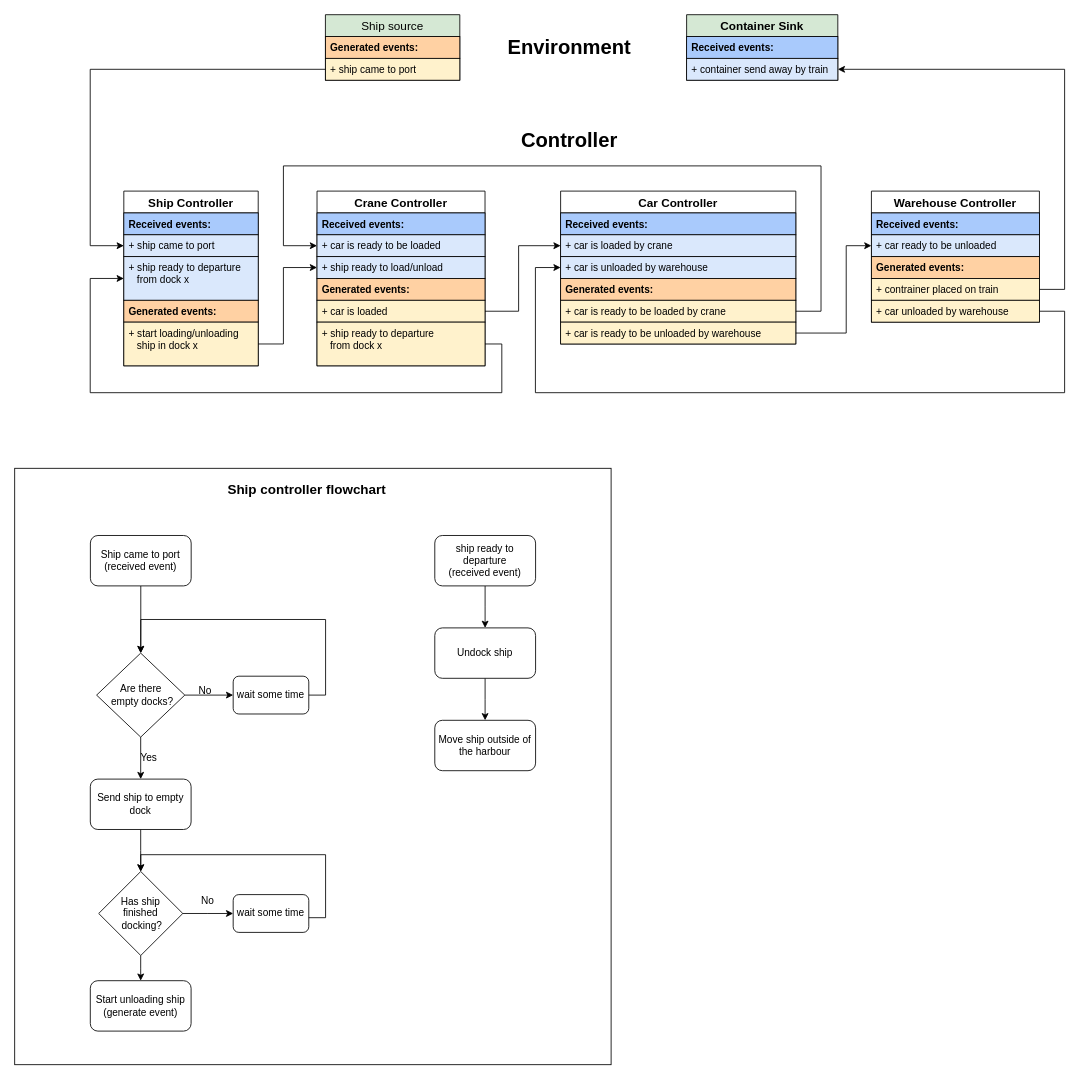
This is page "Event signals" (1 of 3) of Flowcharts and signals.drawio from Ravenofshadow999/ACOPORT, a draw.io file, before an edit. Source tidied: cells renumbered, new cells numbered last; positions are measured from the earlier drawing's top-left corner, leaving out a move shared by most shapes. Both pictures are drawn from the tidied source at 84%, with x=0, y=0 at pixel (14, 14).
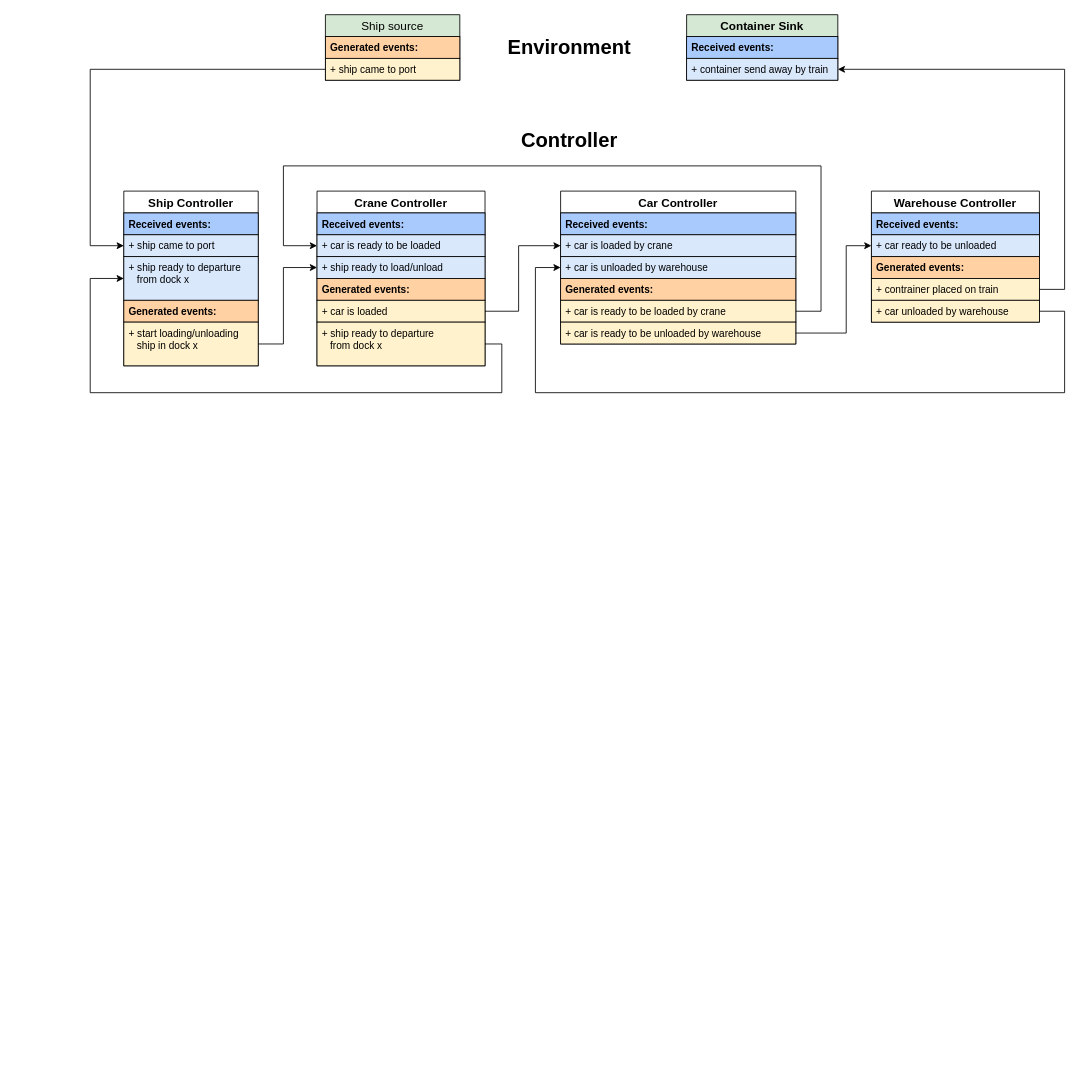
The same diagram, later.

Commit message (it also covers changes not shown here):
Ship controller flowchart moved to separate file

Change to the diagram source:
```diff
@@
-    <mxCell id="44" style="edgeStyle=orthogonalEdgeStyle;rounded=0;jettySize=auto;html=1;" parent="1" edge="1" source="45">
-      <mxGeometry relative="1" as="geometry">
-        <mxPoint x="150.1" y="760" as="targetPoint" />
-      </mxGeometry>
-    </mxCell>
-    <mxCell id="45" value="Ship came to port&lt;br&gt;(received event)" style="rounded=1;whiteSpace=wrap;html=1;" parent="1" vertex="1">
-      <mxGeometry x="90.1" y="620" width="120" height="60" as="geometry" />
-    </mxCell>
-    <mxCell id="46" style="edgeStyle=elbowEdgeStyle;rounded=0;jettySize=auto;html=1;" parent="1" edge="1" source="47" target="53">
-      <mxGeometry relative="1" as="geometry" />
-    </mxCell>
-    <mxCell id="47" value="Are there&lt;br&gt;&amp;nbsp;empty docks?" style="rhombus;whiteSpace=wrap;html=1;" parent="1" vertex="1">
-      <mxGeometry x="97.5" y="760" width="105" height="100" as="geometry" />
-    </mxCell>
-    <mxCell id="48" style="endArrow=classic;html=1;rounded=0;exitX=1;exitY=0.5;exitDx=0;exitDy=0;entryX=0;entryY=0.5;entryDx=0;entryDy=0;" parent="1" edge="1" source="47" target="50">
-      <mxGeometry relative="1" as="geometry" />
-    </mxCell>
-    <mxCell id="49" value="No" style="text;html=1;strokeColor=none;fillColor=none;align=center;verticalAlign=middle;whiteSpace=wrap;rounded=0;" parent="1" vertex="1">
-      <mxGeometry x="217.1" y="790" width="20" height="30" as="geometry" />
-    </mxCell>
-    <mxCell id="50" value="wait some time" style="rounded=1;whiteSpace=wrap;html=1;" parent="1" vertex="1">
-      <mxGeometry x="260.1" y="787.5" width="90" height="45" as="geometry" />
-    </mxCell>
-    <mxCell id="51" style="endArrow=classic;html=1;rounded=0;exitX=1;exitY=0.5;exitDx=0;exitDy=0;entryX=0.5;entryY=0;entryDx=0;entryDy=0;" parent="1" edge="1" source="50" target="47">
-      <mxGeometry relative="1" as="geometry">
-        <Array as="points">
-          <mxPoint x="370.1" y="810" />
-          <mxPoint x="370.1" y="720" />
-          <mxPoint x="150.1" y="720" />
-        </Array>
-      </mxGeometry>
-    </mxCell>
-    <mxCell id="52" style="edgeStyle=elbowEdgeStyle;rounded=0;jettySize=auto;html=1;" parent="1" edge="1" source="53" target="57">
-      <mxGeometry relative="1" as="geometry" />
-    </mxCell>
-    <mxCell id="53" value="Send ship to empty dock" style="rounded=1;whiteSpace=wrap;html=1;" parent="1" vertex="1">
-      <mxGeometry x="90" y="910" width="120" height="60" as="geometry" />
-    </mxCell>
-    <mxCell id="54" value="Yes" style="text;html=1;strokeColor=none;fillColor=none;align=center;verticalAlign=middle;whiteSpace=wrap;rounded=0;" parent="1" vertex="1">
-      <mxGeometry x="150.1" y="870" width="20" height="30" as="geometry" />
-    </mxCell>
-    <mxCell id="55" style="edgeStyle=elbowEdgeStyle;rounded=0;jettySize=auto;html=1;" parent="1" edge="1" source="57">
-      <mxGeometry relative="1" as="geometry">
-        <mxPoint x="260.1" y="1070" as="targetPoint" />
-      </mxGeometry>
-    </mxCell>
-    <mxCell id="56" style="edgeStyle=elbowEdgeStyle;rounded=0;jettySize=auto;html=1;" parent="1" edge="1" source="57" target="61">
-      <mxGeometry relative="1" as="geometry" />
-    </mxCell>
-    <mxCell id="57" value="Has ship &lt;br&gt;finished&lt;br&gt;&amp;nbsp;docking?" style="rhombus;whiteSpace=wrap;html=1;" parent="1" vertex="1">
-      <mxGeometry x="100" y="1020" width="100.1" height="100" as="geometry" />
-    </mxCell>
-    <mxCell id="58" value="wait some time" style="rounded=1;whiteSpace=wrap;html=1;" parent="1" vertex="1">
-      <mxGeometry x="260.1" y="1047.5" width="90" height="45" as="geometry" />
-    </mxCell>
-    <mxCell id="59" style="endArrow=classic;html=1;rounded=0;exitX=1;exitY=0.5;exitDx=0;exitDy=0;entryX=0.5;entryY=0;entryDx=0;entryDy=0;" parent="1" edge="1">
-      <mxGeometry relative="1" as="geometry">
-        <mxPoint x="350.1" y="1075" as="sourcePoint" />
-        <mxPoint x="150.1" y="1020" as="targetPoint" />
-        <Array as="points">
-          <mxPoint x="370.1" y="1075" />
-          <mxPoint x="370.1" y="1000" />
-          <mxPoint x="150.1" y="1000" />
-        </Array>
-      </mxGeometry>
-    </mxCell>
-    <mxCell id="60" value="No" style="text;html=1;strokeColor=none;fillColor=none;align=center;verticalAlign=middle;whiteSpace=wrap;rounded=0;" parent="1" vertex="1">
-      <mxGeometry x="220.1" y="1040" width="20" height="30" as="geometry" />
-    </mxCell>
-    <mxCell id="61" value="Start unloading ship&lt;br&gt;(generate event)" style="rounded=1;whiteSpace=wrap;html=1;" parent="1" vertex="1">
-      <mxGeometry x="90" y="1150" width="120" height="60" as="geometry" />
-    </mxCell>
-    <mxCell id="62" style="edgeStyle=elbowEdgeStyle;rounded=0;jettySize=auto;html=1;" parent="1" edge="1" source="63" target="65">
-      <mxGeometry relative="1" as="geometry" />
-    </mxCell>
-    <mxCell id="63" value="ship ready to departure&lt;br&gt;(received event)" style="rounded=1;whiteSpace=wrap;html=1;" parent="1" vertex="1">
-      <mxGeometry x="500.1" y="620" width="120" height="60" as="geometry" />
-    </mxCell>
-    <mxCell id="64" style="edgeStyle=elbowEdgeStyle;rounded=0;jettySize=auto;html=1;" parent="1" edge="1" source="65" target="66">
-      <mxGeometry relative="1" as="geometry" />
-    </mxCell>
-    <mxCell id="65" value="Undock ship" style="whiteSpace=wrap;html=1;rounded=1;" parent="1" vertex="1">
-      <mxGeometry x="500.1" y="730" width="120" height="60" as="geometry" />
-    </mxCell>
-    <mxCell id="66" value="Move ship outside of the harbour" style="whiteSpace=wrap;html=1;rounded=1;" parent="1" vertex="1">
-      <mxGeometry x="500.1" y="840" width="120" height="60" as="geometry" />
-    </mxCell>
-    <mxCell id="67" style="rounded=0;whiteSpace=wrap;html=1;fillColor=none;" parent="1" vertex="1">
-      <mxGeometry y="540" width="710" height="710" as="geometry" />
-    </mxCell>
-    <mxCell id="68" value="&lt;font style=&quot;font-size: 16px&quot;&gt;&lt;b&gt;Ship controller flowchart&lt;/b&gt;&lt;/font&gt;" style="text;html=1;strokeColor=none;fillColor=none;align=center;verticalAlign=middle;whiteSpace=wrap;rounded=0;" parent="1" vertex="1">
-      <mxGeometry x="202.5" y="550" width="290" height="30" as="geometry" />
-    </mxCell>
```
